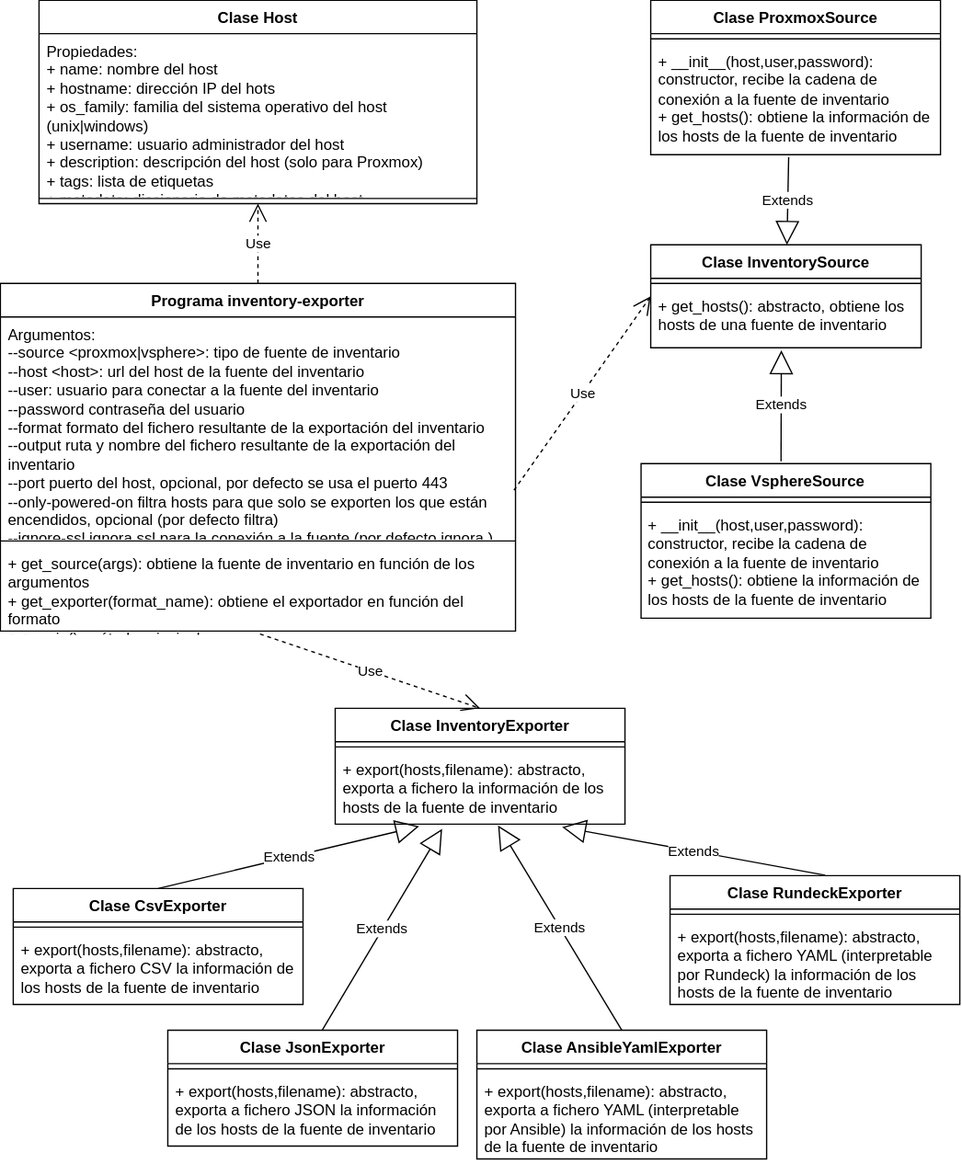
Before: inventory_exporter/docs/inventory_exporter.drawio.svg, a diagram exported from draw.io (estrad74/python_utilities). Source tidied: cells renumbered, new cells last; positions are measured from the earlier drawing's top-left corner, leaving out a move shared by most shapes. The source it was exported from:
```xml
<mxGraphModel>
  <root>
    <mxCell id="0" />
    <mxCell id="1" parent="0" />
    <mxCell id="2" value="Programa inventory-exporter" style="swimlane;fontStyle=1;align=center;verticalAlign=top;horizontal=1;startSize=26;whiteSpace=wrap;html=1;" parent="1" vertex="1">
      <mxGeometry y="220" width="400" height="270" as="geometry" />
    </mxCell>
    <mxCell id="3" value="&lt;div&gt;Argumentos:&lt;/div&gt;&lt;div&gt;--source &amp;lt;proxmox|vsphere&amp;gt;: tipo de fuente de inventario&lt;/div&gt;&lt;div&gt;--host &amp;lt;host&amp;gt;: url del host de la fuente del inventario&lt;/div&gt;&lt;div&gt;--user: usuario para conectar a la fuente del inventario&lt;/div&gt;&lt;div&gt;--password contraseña del usuario&lt;/div&gt;&lt;div&gt;--format formato del fichero resultante de la exportación del inventario&lt;/div&gt;&lt;div&gt;--output ruta y nombre del fichero resultante de la exportación del inventario&lt;/div&gt;&lt;div&gt;--port puerto del host, opcional, por defecto se usa el puerto 443&lt;/div&gt;&lt;div&gt;--only-powered-on filtra hosts para que solo se exporten los que están encendidos, opcional (por defecto filtra)&lt;/div&gt;&lt;div&gt;--ignore-ssl ignora ssl para la conexión a la fuente (por defecto ignora )&lt;br&gt;&lt;br&gt;&lt;/div&gt;" style="text;strokeColor=none;fillColor=none;align=left;verticalAlign=top;spacingLeft=4;spacingRight=4;overflow=hidden;points=[[0,0.5],[1,0.5]];portConstraint=eastwest;whiteSpace=wrap;html=1;" parent="2" vertex="1">
      <mxGeometry y="26" width="400" height="170" as="geometry" />
    </mxCell>
    <mxCell id="4" style="line;strokeWidth=1;fillColor=none;align=left;verticalAlign=middle;spacingTop=-1;spacingLeft=3;spacingRight=3;labelPosition=right;strokeColor=inherit;" parent="2" vertex="1">
      <mxGeometry y="196" width="400" height="8" as="geometry" />
    </mxCell>
    <mxCell id="5" value="&lt;div&gt;+ get_source(args): obtiene la fuente de inventario en función de los argumentos&lt;/div&gt;&lt;div&gt;+ get_exporter(format_name): obtiene el exportador en función del formato&lt;/div&gt;&lt;div&gt;+&amp;nbsp;+ main(): método principal&lt;/div&gt;" style="text;strokeColor=none;fillColor=none;align=left;verticalAlign=top;spacingLeft=4;spacingRight=4;overflow=hidden;points=[[0,0.5],[1,0.5]];portConstraint=eastwest;whiteSpace=wrap;html=1;" parent="2" vertex="1">
      <mxGeometry y="204" width="400" height="66" as="geometry" />
    </mxCell>
    <mxCell id="6" value="Use" style="endArrow=open;endSize=12;dashed=1;html=1;rounded=0;exitX=0.5;exitY=0;exitDx=0;exitDy=0;entryX=0.5;entryY=1;entryDx=0;entryDy=0;" parent="1" edge="1" source="2" target="7">
      <mxGeometry relative="1" as="geometry" />
    </mxCell>
    <mxCell id="7" value="Clase Host" style="swimlane;fontStyle=1;align=center;verticalAlign=top;horizontal=1;startSize=26;whiteSpace=wrap;html=1;" parent="1" vertex="1">
      <mxGeometry x="30" width="340" height="158" as="geometry" />
    </mxCell>
    <mxCell id="8" value="&lt;div&gt;Propiedades:&lt;/div&gt;&lt;div&gt;+ name: nombre del host&lt;/div&gt;&lt;div&gt;+ hostname: dirección IP del hots&lt;/div&gt;&lt;div&gt;+ os_family: familia del sistema operativo del host (unix|windows)&lt;/div&gt;&lt;div&gt;+ username: usuario administrador del host&lt;/div&gt;&lt;div&gt;+ description: descripción del host (solo para Proxmox)&lt;/div&gt;&lt;div&gt;+ tags: lista de etiquetas&lt;/div&gt;&lt;div&gt;+ metadata: diccionario de metadatos del host&lt;/div&gt;" style="text;strokeColor=none;fillColor=none;align=left;verticalAlign=top;spacingLeft=4;spacingRight=4;overflow=hidden;whiteSpace=wrap;html=1;" parent="7" vertex="1">
      <mxGeometry y="26" width="340" height="124" as="geometry" />
    </mxCell>
    <mxCell id="9" style="line;strokeWidth=1;fillColor=none;align=left;verticalAlign=middle;spacingTop=-1;spacingLeft=3;spacingRight=3;labelPosition=right;strokeColor=inherit;" parent="7" vertex="1">
      <mxGeometry y="150" width="340" height="8" as="geometry" />
    </mxCell>
    <mxCell id="10" value="&lt;div&gt;Clase&amp;nbsp;InventorySource&lt;/div&gt;" style="swimlane;fontStyle=1;align=center;verticalAlign=top;horizontal=1;startSize=26;whiteSpace=wrap;html=1;" parent="1" vertex="1">
      <mxGeometry x="505" y="190" width="210" height="80" as="geometry" />
    </mxCell>
    <mxCell id="11" style="line;strokeWidth=1;fillColor=none;align=left;verticalAlign=middle;spacingTop=-1;spacingLeft=3;spacingRight=3;labelPosition=right;strokeColor=inherit;" parent="10" vertex="1">
      <mxGeometry y="26" width="210" height="8" as="geometry" />
    </mxCell>
    <mxCell id="12" value="&lt;div&gt;+ get_hosts(): abstracto, obtiene los hosts de una fuente de inventario&lt;/div&gt;" style="text;strokeColor=none;fillColor=none;align=left;verticalAlign=top;spacingLeft=4;spacingRight=4;overflow=hidden;points=[[0,0.5],[1,0.5]];portConstraint=eastwest;whiteSpace=wrap;html=1;" parent="10" vertex="1">
      <mxGeometry y="34" width="210" height="46" as="geometry" />
    </mxCell>
    <mxCell id="13" value="Use" style="endArrow=open;endSize=12;dashed=1;html=1;rounded=0;exitX=0.997;exitY=0.792;exitDx=0;exitDy=0;entryX=0;entryY=0.5;entryDx=0;entryDy=0;exitPerimeter=0;" parent="1" edge="1" source="3" target="10">
      <mxGeometry relative="1" as="geometry" />
    </mxCell>
    <mxCell id="14" value="&lt;div&gt;Clase ProxmoxSource&lt;/div&gt;" style="swimlane;fontStyle=1;align=center;verticalAlign=top;horizontal=1;startSize=26;whiteSpace=wrap;html=1;" parent="1" vertex="1">
      <mxGeometry x="505" width="225" height="120" as="geometry" />
    </mxCell>
    <mxCell id="15" style="line;strokeWidth=1;fillColor=none;align=left;verticalAlign=middle;spacingTop=-1;spacingLeft=3;spacingRight=3;labelPosition=right;strokeColor=inherit;" parent="14" vertex="1">
      <mxGeometry y="26" width="225" height="8" as="geometry" />
    </mxCell>
    <mxCell id="16" value="&lt;div&gt;+ __init__(host,user,password): constructor, recibe la cadena de conexión a la fuente de inventario&lt;/div&gt;&lt;div&gt;+ get_hosts(): obtiene la información de los hosts de la fuente de inventario&lt;/div&gt;&lt;div&gt;&lt;br&gt;&lt;/div&gt;" style="text;strokeColor=none;fillColor=none;align=left;verticalAlign=top;spacingLeft=4;spacingRight=4;overflow=hidden;points=[[0,0.5],[1,0.5]];portConstraint=eastwest;whiteSpace=wrap;html=1;" parent="14" vertex="1">
      <mxGeometry y="34" width="225" height="86" as="geometry" />
    </mxCell>
    <mxCell id="17" value="Extends" style="endArrow=block;endSize=16;endFill=0;html=1;rounded=0;exitX=0.476;exitY=1.023;exitDx=0;exitDy=0;exitPerimeter=0;" parent="1" edge="1" source="16" target="10">
      <mxGeometry relative="1" as="geometry" />
    </mxCell>
    <mxCell id="18" value="&lt;div&gt;Clase VsphereSource&lt;/div&gt;" style="swimlane;fontStyle=1;align=center;verticalAlign=top;horizontal=1;startSize=26;whiteSpace=wrap;html=1;" parent="1" vertex="1">
      <mxGeometry x="497.5" y="360" width="225" height="120" as="geometry" />
    </mxCell>
    <mxCell id="19" style="line;strokeWidth=1;fillColor=none;align=left;verticalAlign=middle;spacingTop=-1;spacingLeft=3;spacingRight=3;labelPosition=right;strokeColor=inherit;" parent="18" vertex="1">
      <mxGeometry y="26" width="225" height="8" as="geometry" />
    </mxCell>
    <mxCell id="20" value="&lt;div&gt;+ __init__(host,user,password): constructor, recibe la cadena de conexión a la fuente de inventario&lt;/div&gt;&lt;div&gt;+ get_hosts(): obtiene la información de los hosts de la fuente de inventario&lt;/div&gt;&lt;div&gt;&lt;br&gt;&lt;/div&gt;" style="text;strokeColor=none;fillColor=none;align=left;verticalAlign=top;spacingLeft=4;spacingRight=4;overflow=hidden;whiteSpace=wrap;html=1;" parent="18" vertex="1">
      <mxGeometry y="34" width="225" height="86" as="geometry" />
    </mxCell>
    <mxCell id="21" value="Extends" style="endArrow=block;endSize=16;endFill=0;html=1;rounded=0;exitX=0.483;exitY=-0.015;exitDx=0;exitDy=0;entryX=0.483;entryY=1.043;entryDx=0;entryDy=0;entryPerimeter=0;exitPerimeter=0;" parent="1" edge="1" source="18" target="12">
      <mxGeometry relative="1" as="geometry" />
    </mxCell>
    <mxCell id="22" value="&lt;div&gt;Clase&amp;nbsp;InventoryExporter&lt;/div&gt;" style="swimlane;fontStyle=1;align=center;verticalAlign=top;horizontal=1;startSize=26;whiteSpace=wrap;html=1;" parent="1" vertex="1">
      <mxGeometry x="260" y="550" width="225" height="90" as="geometry" />
    </mxCell>
    <mxCell id="23" style="line;strokeWidth=1;fillColor=none;align=left;verticalAlign=middle;spacingTop=-1;spacingLeft=3;spacingRight=3;labelPosition=right;strokeColor=inherit;" parent="22" vertex="1">
      <mxGeometry y="26" width="225" height="8" as="geometry" />
    </mxCell>
    <mxCell id="24" value="&lt;div&gt;+ export(hosts,filename): abstracto, exporta a fichero la información de los hosts de la fuente de inventario&lt;/div&gt;" style="text;strokeColor=none;fillColor=none;align=left;verticalAlign=top;spacingLeft=4;spacingRight=4;overflow=hidden;points=[[0,0.5],[1,0.5]];portConstraint=eastwest;whiteSpace=wrap;html=1;" parent="22" vertex="1">
      <mxGeometry y="34" width="225" height="56" as="geometry" />
    </mxCell>
    <mxCell id="25" value="Use" style="endArrow=open;endSize=12;dashed=1;html=1;rounded=0;exitX=0.504;exitY=1.035;exitDx=0;exitDy=0;entryX=0.5;entryY=0;entryDx=0;entryDy=0;exitPerimeter=0;" parent="1" edge="1" source="5" target="22">
      <mxGeometry relative="1" as="geometry" />
    </mxCell>
    <mxCell id="26" value="&lt;div&gt;Clase CsvExporter&lt;/div&gt;" style="swimlane;fontStyle=1;align=center;verticalAlign=top;horizontal=1;startSize=26;whiteSpace=wrap;html=1;" parent="1" vertex="1">
      <mxGeometry x="10" y="690" width="225" height="90" as="geometry" />
    </mxCell>
    <mxCell id="27" style="line;strokeWidth=1;fillColor=none;align=left;verticalAlign=middle;spacingTop=-1;spacingLeft=3;spacingRight=3;labelPosition=right;strokeColor=inherit;" parent="26" vertex="1">
      <mxGeometry y="26" width="225" height="8" as="geometry" />
    </mxCell>
    <mxCell id="28" value="&lt;div&gt;+ export(hosts,filename): abstracto, exporta a fichero CSV la información de los hosts de la fuente de inventario&lt;/div&gt;" style="text;strokeColor=none;fillColor=none;align=left;verticalAlign=top;spacingLeft=4;spacingRight=4;overflow=hidden;whiteSpace=wrap;html=1;" parent="26" vertex="1">
      <mxGeometry y="34" width="225" height="56" as="geometry" />
    </mxCell>
    <mxCell id="29" value="Extends" style="endArrow=block;endSize=16;endFill=0;html=1;rounded=0;entryX=0.29;entryY=1.029;entryDx=0;entryDy=0;entryPerimeter=0;exitX=0.5;exitY=0;exitDx=0;exitDy=0;" parent="1" edge="1" source="26" target="24">
      <mxGeometry relative="1" as="geometry" />
    </mxCell>
    <mxCell id="30" value="&lt;div&gt;Clase JsonExporter&lt;/div&gt;" style="swimlane;fontStyle=1;align=center;verticalAlign=top;horizontal=1;startSize=26;whiteSpace=wrap;html=1;" parent="1" vertex="1">
      <mxGeometry x="130" y="800" width="225" height="90" as="geometry" />
    </mxCell>
    <mxCell id="31" style="line;strokeWidth=1;fillColor=none;align=left;verticalAlign=middle;spacingTop=-1;spacingLeft=3;spacingRight=3;labelPosition=right;strokeColor=inherit;" parent="30" vertex="1">
      <mxGeometry y="26" width="225" height="8" as="geometry" />
    </mxCell>
    <mxCell id="32" value="&lt;div&gt;+ export(hosts,filename): abstracto, exporta a fichero JSON la información de los hosts de la fuente de inventario&lt;/div&gt;" style="text;strokeColor=none;fillColor=none;align=left;verticalAlign=top;spacingLeft=4;spacingRight=4;overflow=hidden;whiteSpace=wrap;html=1;" parent="30" vertex="1">
      <mxGeometry y="34" width="225" height="56" as="geometry" />
    </mxCell>
    <mxCell id="33" value="Extends" style="endArrow=block;endSize=16;endFill=0;html=1;rounded=0;exitX=0.533;exitY=0;exitDx=0;exitDy=0;exitPerimeter=0;entryX=0.369;entryY=1.066;entryDx=0;entryDy=0;entryPerimeter=0;" parent="1" edge="1" source="30" target="24">
      <mxGeometry relative="1" as="geometry" />
    </mxCell>
    <mxCell id="34" value="&lt;div&gt;Clase AnsibleYamlExporter&lt;/div&gt;" style="swimlane;fontStyle=1;align=center;verticalAlign=top;horizontal=1;startSize=26;whiteSpace=wrap;html=1;" parent="1" vertex="1">
      <mxGeometry x="370" y="800" width="225" height="100" as="geometry" />
    </mxCell>
    <mxCell id="35" style="line;strokeWidth=1;fillColor=none;align=left;verticalAlign=middle;spacingTop=-1;spacingLeft=3;spacingRight=3;labelPosition=right;strokeColor=inherit;" parent="34" vertex="1">
      <mxGeometry y="26" width="225" height="8" as="geometry" />
    </mxCell>
    <mxCell id="36" value="&lt;div&gt;+ export(hosts,filename): abstracto, exporta a fichero YAML (interpretable por Ansible) la información de los hosts de la fuente de inventario&lt;/div&gt;" style="text;strokeColor=none;fillColor=none;align=left;verticalAlign=top;spacingLeft=4;spacingRight=4;overflow=hidden;whiteSpace=wrap;html=1;" parent="34" vertex="1">
      <mxGeometry y="34" width="225" height="66" as="geometry" />
    </mxCell>
    <mxCell id="37" value="Extends" style="endArrow=block;endSize=16;endFill=0;html=1;rounded=0;entryX=0.562;entryY=1.017;entryDx=0;entryDy=0;entryPerimeter=0;exitX=0.5;exitY=0;exitDx=0;exitDy=0;" parent="1" edge="1" source="34" target="24">
      <mxGeometry relative="1" as="geometry" />
    </mxCell>
    <mxCell id="38" value="&lt;div&gt;Clase RundeckExporter&lt;/div&gt;" style="swimlane;fontStyle=1;align=center;verticalAlign=top;horizontal=1;startSize=26;whiteSpace=wrap;html=1;" parent="1" vertex="1">
      <mxGeometry x="520" y="680" width="225" height="100" as="geometry" />
    </mxCell>
    <mxCell id="39" style="line;strokeWidth=1;fillColor=none;align=left;verticalAlign=middle;spacingTop=-1;spacingLeft=3;spacingRight=3;labelPosition=right;strokeColor=inherit;" parent="38" vertex="1">
      <mxGeometry y="26" width="225" height="8" as="geometry" />
    </mxCell>
    <mxCell id="40" value="&lt;div&gt;+ export(hosts,filename): abstracto, exporta a fichero YAML (interpretable por Rundeck) la información de los hosts de la fuente de inventario&lt;/div&gt;" style="text;strokeColor=none;fillColor=none;align=left;verticalAlign=top;spacingLeft=4;spacingRight=4;overflow=hidden;whiteSpace=wrap;html=1;" parent="38" vertex="1">
      <mxGeometry y="34" width="225" height="66" as="geometry" />
    </mxCell>
    <mxCell id="41" value="Extends" style="endArrow=block;endSize=16;endFill=0;html=1;rounded=0;entryX=0.783;entryY=1.041;entryDx=0;entryDy=0;entryPerimeter=0;exitX=0.535;exitY=-0.004;exitDx=0;exitDy=0;exitPerimeter=0;" parent="1" edge="1" source="38" target="24">
      <mxGeometry relative="1" as="geometry" />
    </mxCell>
  </root>
</mxGraphModel>
```
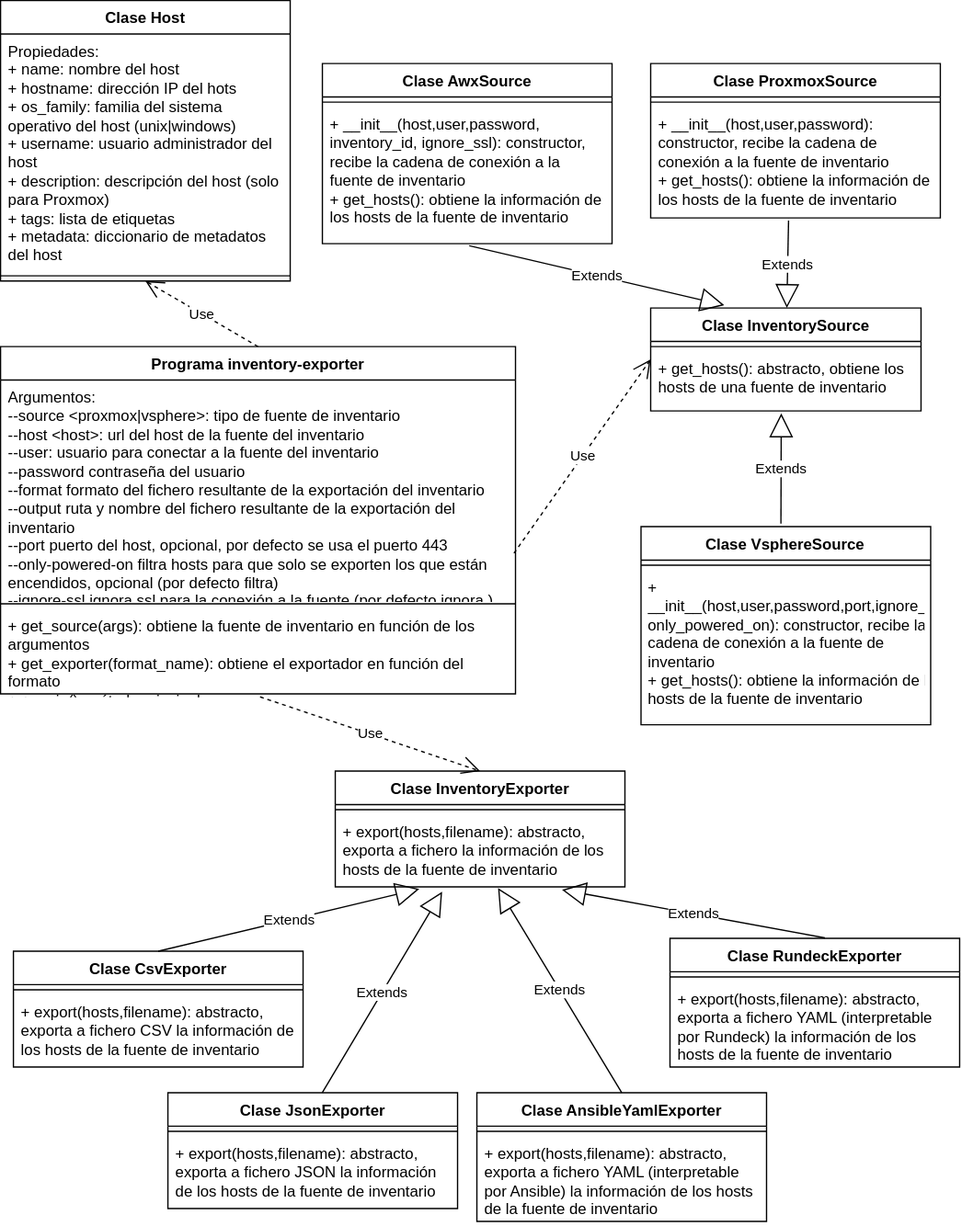
After the commit.

Commit message:
Refactorización y añadido de fuente AWX

What changed in the source:
```diff
@@ -18,13 +18,13 @@
       <mxGeometry relative="1" as="geometry" />
     </mxCell>
     <mxCell id="7" value="Clase Host" style="swimlane;fontStyle=1;align=center;verticalAlign=top;horizontal=1;startSize=26;whiteSpace=wrap;html=1;" parent="1" vertex="1">
-      <mxGeometry x="30" width="340" height="158" as="geometry" />
+      <mxGeometry y="-49" width="225" height="218" as="geometry" />
     </mxCell>
     <mxCell id="8" value="&lt;div&gt;Propiedades:&lt;/div&gt;&lt;div&gt;+ name: nombre del host&lt;/div&gt;&lt;div&gt;+ hostname: dirección IP del hots&lt;/div&gt;&lt;div&gt;+ os_family: familia del sistema operativo del host (unix|windows)&lt;/div&gt;&lt;div&gt;+ username: usuario administrador del host&lt;/div&gt;&lt;div&gt;+ description: descripción del host (solo para Proxmox)&lt;/div&gt;&lt;div&gt;+ tags: lista de etiquetas&lt;/div&gt;&lt;div&gt;+ metadata: diccionario de metadatos del host&lt;/div&gt;" style="text;strokeColor=none;fillColor=none;align=left;verticalAlign=top;spacingLeft=4;spacingRight=4;overflow=hidden;whiteSpace=wrap;html=1;" parent="7" vertex="1">
-      <mxGeometry y="26" width="340" height="124" as="geometry" />
+      <mxGeometry y="26" width="225" height="184" as="geometry" />
     </mxCell>
     <mxCell id="9" style="line;strokeWidth=1;fillColor=none;align=left;verticalAlign=middle;spacingTop=-1;spacingLeft=3;spacingRight=3;labelPosition=right;strokeColor=inherit;" parent="7" vertex="1">
-      <mxGeometry y="150" width="340" height="8" as="geometry" />
+      <mxGeometry y="210" width="225" height="8" as="geometry" />
     </mxCell>
     <mxCell id="10" value="&lt;div&gt;Clase&amp;nbsp;InventorySource&lt;/div&gt;" style="swimlane;fontStyle=1;align=center;verticalAlign=top;horizontal=1;startSize=26;whiteSpace=wrap;html=1;" parent="1" vertex="1">
       <mxGeometry x="505" y="190" width="210" height="80" as="geometry" />
@@ -51,13 +51,13 @@
       <mxGeometry relative="1" as="geometry" />
     </mxCell>
     <mxCell id="18" value="&lt;div&gt;Clase VsphereSource&lt;/div&gt;" style="swimlane;fontStyle=1;align=center;verticalAlign=top;horizontal=1;startSize=26;whiteSpace=wrap;html=1;" parent="1" vertex="1">
-      <mxGeometry x="497.5" y="360" width="225" height="120" as="geometry" />
+      <mxGeometry x="497.5" y="360" width="225" height="154" as="geometry" />
     </mxCell>
     <mxCell id="19" style="line;strokeWidth=1;fillColor=none;align=left;verticalAlign=middle;spacingTop=-1;spacingLeft=3;spacingRight=3;labelPosition=right;strokeColor=inherit;" parent="18" vertex="1">
       <mxGeometry y="26" width="225" height="8" as="geometry" />
     </mxCell>
-    <mxCell id="20" value="&lt;div&gt;+ __init__(host,user,password): constructor, recibe la cadena de conexión a la fuente de inventario&lt;/div&gt;&lt;div&gt;+ get_hosts(): obtiene la información de los hosts de la fuente de inventario&lt;/div&gt;&lt;div&gt;&lt;br&gt;&lt;/div&gt;" style="text;strokeColor=none;fillColor=none;align=left;verticalAlign=top;spacingLeft=4;spacingRight=4;overflow=hidden;whiteSpace=wrap;html=1;" parent="18" vertex="1">
-      <mxGeometry y="34" width="225" height="86" as="geometry" />
+    <mxCell id="20" value="&lt;div&gt;+ __init__(host,user,password,port,ignore_ssl, only_powered_on): constructor, recibe la cadena de conexión a la fuente de inventario&lt;/div&gt;&lt;div&gt;+ get_hosts(): obtiene la información de los hosts de la fuente de inventario&lt;/div&gt;&lt;div&gt;&lt;br&gt;&lt;/div&gt;" style="text;strokeColor=none;fillColor=none;align=left;verticalAlign=top;spacingLeft=4;spacingRight=4;overflow=hidden;whiteSpace=wrap;html=1;" parent="18" vertex="1">
+      <mxGeometry y="34" width="225" height="120" as="geometry" />
     </mxCell>
     <mxCell id="21" value="Extends" style="endArrow=block;endSize=16;endFill=0;html=1;rounded=0;exitX=0.483;exitY=-0.015;exitDx=0;exitDy=0;entryX=0.483;entryY=1.043;entryDx=0;entryDy=0;entryPerimeter=0;exitPerimeter=0;" parent="1" edge="1" source="18" target="12">
       <mxGeometry relative="1" as="geometry" />
@@ -122,5 +122,17 @@
     <mxCell id="41" value="Extends" style="endArrow=block;endSize=16;endFill=0;html=1;rounded=0;entryX=0.783;entryY=1.041;entryDx=0;entryDy=0;entryPerimeter=0;exitX=0.535;exitY=-0.004;exitDx=0;exitDy=0;exitPerimeter=0;" parent="1" edge="1" source="38" target="24">
       <mxGeometry relative="1" as="geometry" />
     </mxCell>
+    <mxCell id="42" value="&lt;div&gt;Clase AwxSource&lt;/div&gt;" style="swimlane;fontStyle=1;align=center;verticalAlign=top;horizontal=1;startSize=26;whiteSpace=wrap;html=1;" parent="1" vertex="1">
+      <mxGeometry x="250" width="225" height="140" as="geometry" />
+    </mxCell>
+    <mxCell id="43" style="line;strokeWidth=1;fillColor=none;align=left;verticalAlign=middle;spacingTop=-1;spacingLeft=3;spacingRight=3;labelPosition=right;strokeColor=inherit;" parent="42" vertex="1">
+      <mxGeometry y="26" width="225" height="8" as="geometry" />
+    </mxCell>
+    <mxCell id="44" value="&lt;div&gt;+ __init__(host,user,password, inventory_id, ignore_ssl): constructor, recibe la cadena de conexión a la fuente de inventario&lt;/div&gt;&lt;div&gt;+ get_hosts(): obtiene la información de los hosts de la fuente de inventario&lt;/div&gt;&lt;div&gt;&lt;br&gt;&lt;/div&gt;" style="text;strokeColor=none;fillColor=none;align=left;verticalAlign=top;spacingLeft=4;spacingRight=4;overflow=hidden;points=[[0,0.5],[1,0.5]];portConstraint=eastwest;whiteSpace=wrap;html=1;" parent="42" vertex="1">
+      <mxGeometry y="34" width="225" height="106" as="geometry" />
+    </mxCell>
+    <mxCell id="45" value="Extends" style="endArrow=block;endSize=16;endFill=0;html=1;rounded=0;exitX=0.507;exitY=1.015;exitDx=0;exitDy=0;exitPerimeter=0;entryX=0.272;entryY=-0.027;entryDx=0;entryDy=0;entryPerimeter=0;" parent="1" edge="1" source="44" target="10">
+      <mxGeometry relative="1" as="geometry" />
+    </mxCell>
   </root>
 </mxGraphModel>
```
